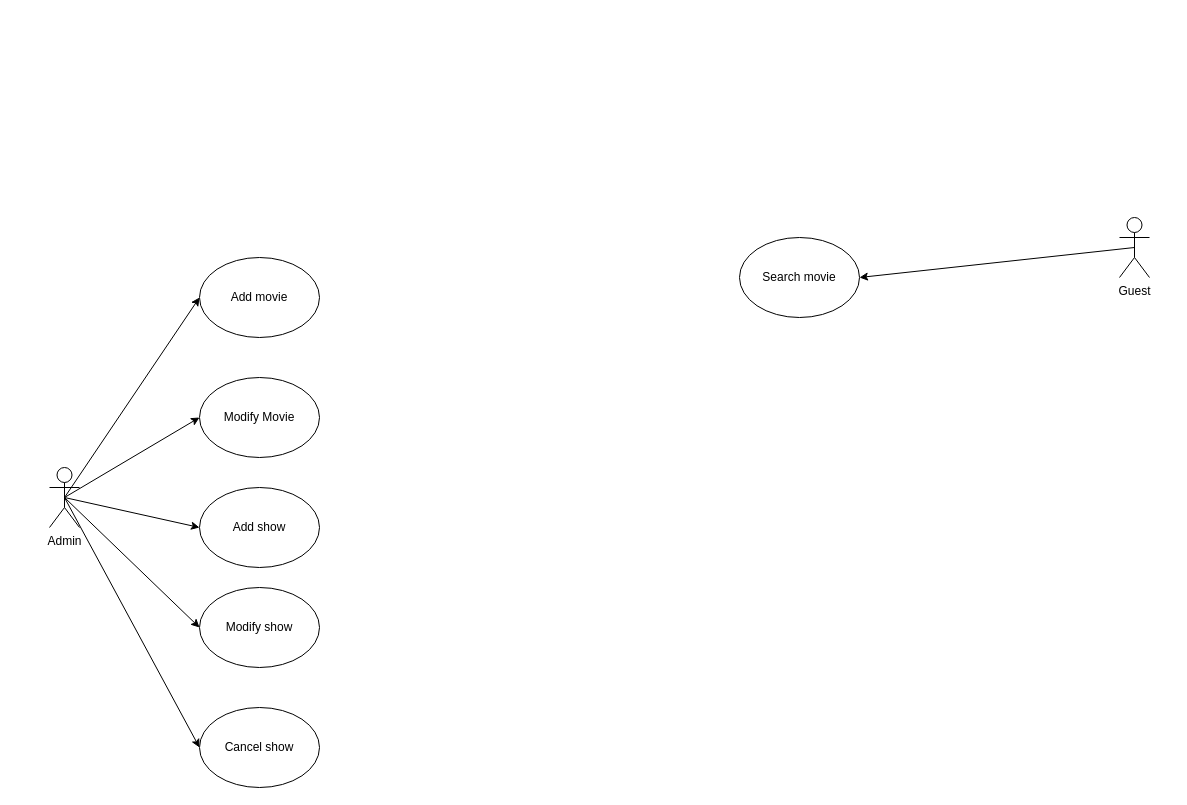
This is movie-ticket-booking-use-case-diag.drawio from vaibhavsonar/use-case-studies, a draw.io file, before an edit. Source tidied: cells renumbered, new cells numbered last; positions are measured from the earlier drawing's top-left corner, leaving out a move shared by most shapes. Both pictures are drawn from the tidied source at 100%, with x=0, y=0 at pixel (49, 217).
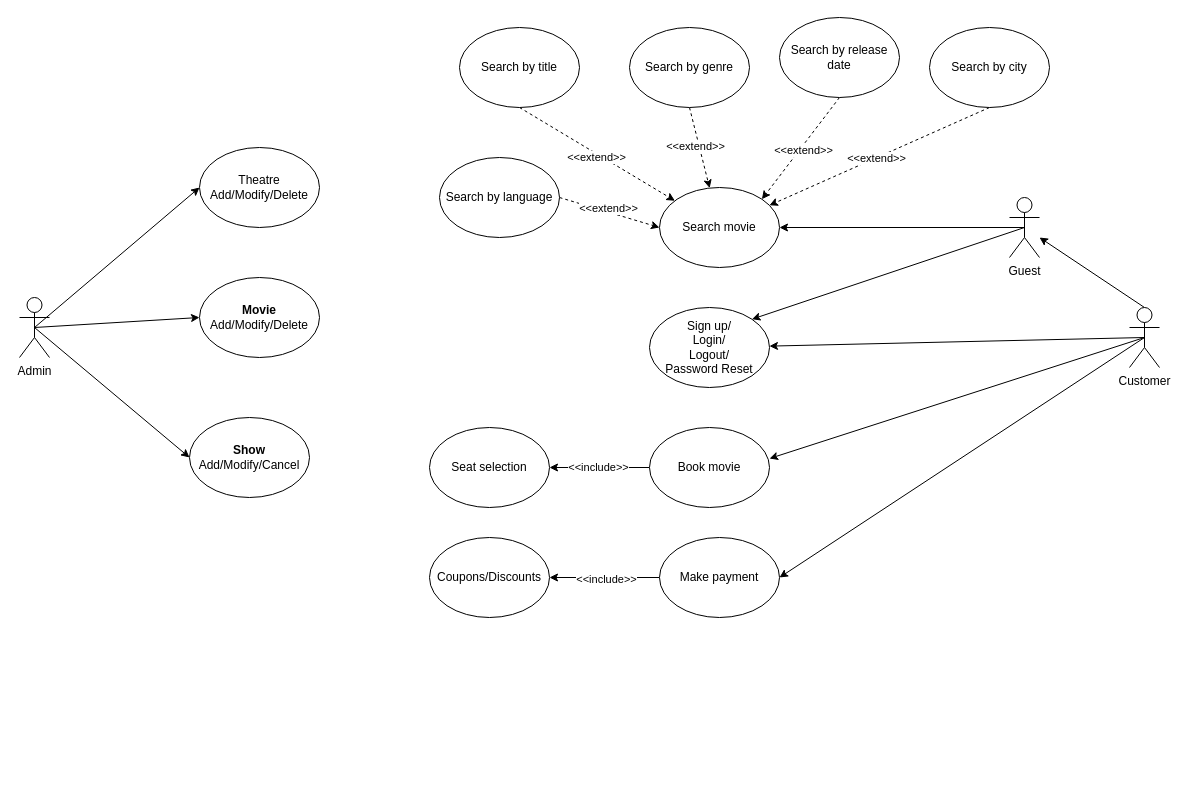
Above is the later version.

Diff of the diagram source:
```diff
@@
-    <mxCell id="3" style="rounded=0;jettySize=auto;html=1;exitX=0.5;exitY=0.5;exitDx=0;exitDy=0;exitPerimeter=0;entryX=0;entryY=0.5;entryDx=0;entryDy=0;" parent="1" edge="1" source="7" target="9">
-      <mxGeometry relative="1" as="geometry" />
-    </mxCell>
@@
-    <mxCell id="5" style="rounded=0;jettySize=auto;html=1;exitX=0.5;exitY=0.5;exitDx=0;exitDy=0;exitPerimeter=0;entryX=0;entryY=0.5;entryDx=0;entryDy=0;" parent="1" edge="1" source="7" target="11">
-      <mxGeometry relative="1" as="geometry" />
-    </mxCell>
-    <mxCell id="6" style="rounded=0;jettySize=auto;html=1;exitX=0.5;exitY=0.5;exitDx=0;exitDy=0;exitPerimeter=0;entryX=0;entryY=0.5;entryDx=0;entryDy=0;" parent="1" edge="1" source="7" target="12">
-      <mxGeometry relative="1" as="geometry" />
-    </mxCell>
+    <mxCell id="16" style="rounded=0;jettySize=auto;html=1;exitX=0.5;exitY=0.5;exitDx=0;exitDy=0;exitPerimeter=0;entryX=0;entryY=0.5;entryDx=0;entryDy=0;" parent="1" edge="1" source="7" target="18">
+      <mxGeometry relative="1" as="geometry" />
+    </mxCell>
     <mxCell id="7" value="Admin" style="shape=umlActor;verticalLabelPosition=bottom;verticalAlign=top;html=1;outlineConnect=0;" parent="1" vertex="1">
-      <mxGeometry y="250" width="30" height="60" as="geometry" />
+      <mxGeometry x="-30" y="80" width="30" height="60" as="geometry" />
     </mxCell>
-    <mxCell id="8" value="Add movie" style="ellipse;whiteSpace=wrap;html=1;" parent="1" vertex="1">
-      <mxGeometry x="150" y="40" width="120" height="80" as="geometry" />
+    <mxCell id="8" value="&lt;b&gt;Movie&lt;/b&gt;&lt;div&gt;Add/Modify/Delete&lt;/div&gt;" style="ellipse;whiteSpace=wrap;html=1;" parent="1" vertex="1">
+      <mxGeometry x="150" y="60" width="120" height="80" as="geometry" />
     </mxCell>
-    <mxCell id="9" value="Modify Movie" style="ellipse;whiteSpace=wrap;html=1;" parent="1" vertex="1">
-      <mxGeometry x="150" y="160" width="120" height="80" as="geometry" />
-    </mxCell>
-    <mxCell id="10" value="Add show" style="ellipse;whiteSpace=wrap;html=1;" parent="1" vertex="1">
-      <mxGeometry x="150" y="270" width="120" height="80" as="geometry" />
+    <mxCell id="10" value="&lt;b&gt;Show&lt;/b&gt;&lt;div&gt;Add/Modify/Cancel&lt;/div&gt;" style="ellipse;whiteSpace=wrap;html=1;" parent="1" vertex="1">
+      <mxGeometry x="140" y="200" width="120" height="80" as="geometry" />
     </mxCell>
-    <mxCell id="11" value="Modify show" style="ellipse;whiteSpace=wrap;html=1;" parent="1" vertex="1">
-      <mxGeometry x="150" y="370" width="120" height="80" as="geometry" />
-    </mxCell>
-    <mxCell id="12" value="Cancel show" style="ellipse;whiteSpace=wrap;html=1;" parent="1" vertex="1">
-      <mxGeometry x="150" y="490" width="120" height="80" as="geometry" />
-    </mxCell>
@@
+    <mxCell id="17" style="rounded=0;jettySize=auto;html=1;exitX=0.5;exitY=0.5;exitDx=0;exitDy=0;exitPerimeter=0;entryX=1;entryY=0;entryDx=0;entryDy=0;" parent="1" edge="1" source="14" target="31">
+      <mxGeometry relative="1" as="geometry" />
+    </mxCell>
     <mxCell id="14" value="Guest" style="shape=umlActor;verticalLabelPosition=bottom;verticalAlign=top;html=1;outlineConnect=0;" parent="1" vertex="1">
-      <mxGeometry x="1070" width="30" height="60" as="geometry" />
+      <mxGeometry x="960" y="-20" width="30" height="60" as="geometry" />
     </mxCell>
     <mxCell id="15" value="Search movie" style="ellipse;whiteSpace=wrap;html=1;" parent="1" vertex="1">
-      <mxGeometry x="690" y="20" width="120" height="80" as="geometry" />
+      <mxGeometry x="610" y="-30" width="120" height="80" as="geometry" />
     </mxCell>
+    <mxCell id="18" value="Theatre&lt;div&gt;Add/Modify/Delete&lt;/div&gt;" style="ellipse;whiteSpace=wrap;html=1;" parent="1" vertex="1">
+      <mxGeometry x="150" y="-70" width="120" height="80" as="geometry" />
+    </mxCell>
+    <mxCell id="19" style="rounded=0;jettySize=auto;html=1;exitX=0.5;exitY=1;exitDx=0;exitDy=0;dashed=1;" parent="1" edge="1" source="21" target="15">
+      <mxGeometry relative="1" as="geometry" />
+    </mxCell>
+    <mxCell id="20" value="&amp;lt;&amp;lt;extend&amp;gt;&amp;gt;" style="edgeLabel;html=1;align=center;verticalAlign=middle;" parent="19" vertex="1">
+      <mxGeometry y="-3" relative="1" as="geometry" />
+    </mxCell>
+    <mxCell id="21" value="Search by title" style="ellipse;whiteSpace=wrap;html=1;" parent="1" vertex="1">
+      <mxGeometry x="410" y="-190" width="120" height="80" as="geometry" />
+    </mxCell>
+    <mxCell id="22" style="rounded=0;jettySize=auto;html=1;exitX=0.5;exitY=1;exitDx=0;exitDy=0;dashed=1;" parent="1" edge="1" source="24" target="15">
+      <mxGeometry relative="1" as="geometry" />
+    </mxCell>
+    <mxCell id="23" value="&amp;lt;&amp;lt;extend&amp;gt;&amp;gt;" style="edgeLabel;html=1;align=center;verticalAlign=middle;" parent="22" vertex="1">
+      <mxGeometry x="-0.05" y="-4" relative="1" as="geometry" />
+    </mxCell>
+    <mxCell id="24" value="Search by genre" style="ellipse;whiteSpace=wrap;html=1;" parent="1" vertex="1">
+      <mxGeometry x="580" y="-190" width="120" height="80" as="geometry" />
+    </mxCell>
+    <mxCell id="25" style="rounded=0;jettySize=auto;html=1;exitX=0.5;exitY=1;exitDx=0;exitDy=0;entryX=1;entryY=0;entryDx=0;entryDy=0;dashed=1;" parent="1" edge="1" source="27" target="15">
+      <mxGeometry relative="1" as="geometry" />
+    </mxCell>
+    <mxCell id="26" value="&amp;lt;&amp;lt;extend&amp;gt;&amp;gt;" style="edgeLabel;html=1;align=center;verticalAlign=middle;" parent="25" vertex="1">
+      <mxGeometry y="3" relative="1" as="geometry" />
+    </mxCell>
+    <mxCell id="27" value="Search by release date" style="ellipse;whiteSpace=wrap;html=1;" parent="1" vertex="1">
+      <mxGeometry x="730" y="-200" width="120" height="80" as="geometry" />
+    </mxCell>
+    <mxCell id="28" style="rounded=0;jettySize=auto;html=1;exitX=1;exitY=0.5;exitDx=0;exitDy=0;entryX=0;entryY=0.5;entryDx=0;entryDy=0;dashed=1;" parent="1" edge="1" source="30" target="15">
+      <mxGeometry relative="1" as="geometry" />
+    </mxCell>
+    <mxCell id="29" value="&amp;lt;&amp;lt;extend&amp;gt;&amp;gt;" style="edgeLabel;html=1;align=center;verticalAlign=middle;" parent="28" vertex="1">
+      <mxGeometry x="-0.06" y="4" relative="1" as="geometry" />
+    </mxCell>
+    <mxCell id="30" value="Search by language" style="ellipse;whiteSpace=wrap;html=1;" parent="1" vertex="1">
+      <mxGeometry x="390" y="-60" width="120" height="80" as="geometry" />
+    </mxCell>
+    <mxCell id="31" value="Sign up/&lt;div&gt;Login/&lt;/div&gt;&lt;div&gt;Logout/&lt;/div&gt;&lt;div&gt;Password Reset&lt;/div&gt;" style="ellipse;whiteSpace=wrap;html=1;" parent="1" vertex="1">
+      <mxGeometry x="600" y="90" width="120" height="80" as="geometry" />
+    </mxCell>
+    <mxCell id="32" style="rounded=0;jettySize=auto;html=1;exitX=0.5;exitY=1;exitDx=0;exitDy=0;dashed=1;" parent="1" edge="1" source="34" target="15">
+      <mxGeometry relative="1" as="geometry" />
+    </mxCell>
+    <mxCell id="33" value="&amp;lt;&amp;lt;extend&amp;gt;&amp;gt;" style="edgeLabel;html=1;align=center;verticalAlign=middle;" parent="32" vertex="1">
+      <mxGeometry x="0.03" relative="1" as="geometry" />
+    </mxCell>
+    <mxCell id="34" value="Search by city" style="ellipse;whiteSpace=wrap;html=1;" parent="1" vertex="1">
+      <mxGeometry x="880" y="-190" width="120" height="80" as="geometry" />
+    </mxCell>
+    <mxCell id="35" value="Seat selection" style="ellipse;whiteSpace=wrap;html=1;" parent="1" vertex="1">
+      <mxGeometry x="380" y="210" width="120" height="80" as="geometry" />
+    </mxCell>
+    <mxCell id="36" style="rounded=0;jettySize=auto;html=1;exitX=0;exitY=0.5;exitDx=0;exitDy=0;entryX=1;entryY=0.5;entryDx=0;entryDy=0;" parent="1" edge="1" source="38" target="35">
+      <mxGeometry relative="1" as="geometry" />
+    </mxCell>
+    <mxCell id="37" value="&amp;lt;&amp;lt;include&amp;gt;&amp;gt;" style="edgeLabel;html=1;align=center;verticalAlign=middle;" parent="36" vertex="1">
+      <mxGeometry x="0.03" y="-1" relative="1" as="geometry" />
+    </mxCell>
+    <mxCell id="38" value="Book movie" style="ellipse;whiteSpace=wrap;html=1;" parent="1" vertex="1">
+      <mxGeometry x="600" y="210" width="120" height="80" as="geometry" />
+    </mxCell>
+    <mxCell id="39" style="rounded=0;jettySize=auto;html=1;exitX=0;exitY=0.5;exitDx=0;exitDy=0;entryX=1;entryY=0.5;entryDx=0;entryDy=0;" parent="1" edge="1" source="41" target="42">
+      <mxGeometry relative="1" as="geometry" />
+    </mxCell>
+    <mxCell id="40" value="&amp;lt;&amp;lt;include&amp;gt;&amp;gt;" style="edgeLabel;html=1;align=center;verticalAlign=middle;" parent="39" vertex="1">
+      <mxGeometry x="-0.02" y="1" relative="1" as="geometry" />
+    </mxCell>
+    <mxCell id="41" value="Make payment" style="ellipse;whiteSpace=wrap;html=1;" parent="1" vertex="1">
+      <mxGeometry x="610" y="320" width="120" height="80" as="geometry" />
+    </mxCell>
+    <mxCell id="42" value="Coupons/Discounts" style="ellipse;whiteSpace=wrap;html=1;" parent="1" vertex="1">
+      <mxGeometry x="380" y="320" width="120" height="80" as="geometry" />
+    </mxCell>
+    <mxCell id="43" style="rounded=0;jettySize=auto;html=1;exitX=0.5;exitY=0;exitDx=0;exitDy=0;exitPerimeter=0;" parent="1" edge="1" source="46" target="14">
+      <mxGeometry relative="1" as="geometry" />
+    </mxCell>
+    <mxCell id="44" style="rounded=0;jettySize=auto;html=1;exitX=0.5;exitY=0.5;exitDx=0;exitDy=0;exitPerimeter=0;" parent="1" edge="1" source="46" target="31">
+      <mxGeometry relative="1" as="geometry" />
+    </mxCell>
+    <mxCell id="45" style="rounded=0;jettySize=auto;html=1;exitX=0.5;exitY=0.5;exitDx=0;exitDy=0;exitPerimeter=0;entryX=1;entryY=0.5;entryDx=0;entryDy=0;" parent="1" edge="1" source="46" target="41">
+      <mxGeometry relative="1" as="geometry" />
+    </mxCell>
+    <mxCell id="46" value="Customer" style="shape=umlActor;verticalLabelPosition=bottom;verticalAlign=top;html=1;outlineConnect=0;" parent="1" vertex="1">
+      <mxGeometry x="1080" y="90" width="30" height="60" as="geometry" />
+    </mxCell>
+    <mxCell id="47" style="rounded=0;jettySize=auto;html=1;exitX=0.5;exitY=0.5;exitDx=0;exitDy=0;exitPerimeter=0;entryX=1;entryY=0.388;entryDx=0;entryDy=0;entryPerimeter=0;" parent="1" edge="1" source="46" target="38">
+      <mxGeometry relative="1" as="geometry" />
+    </mxCell>
```
